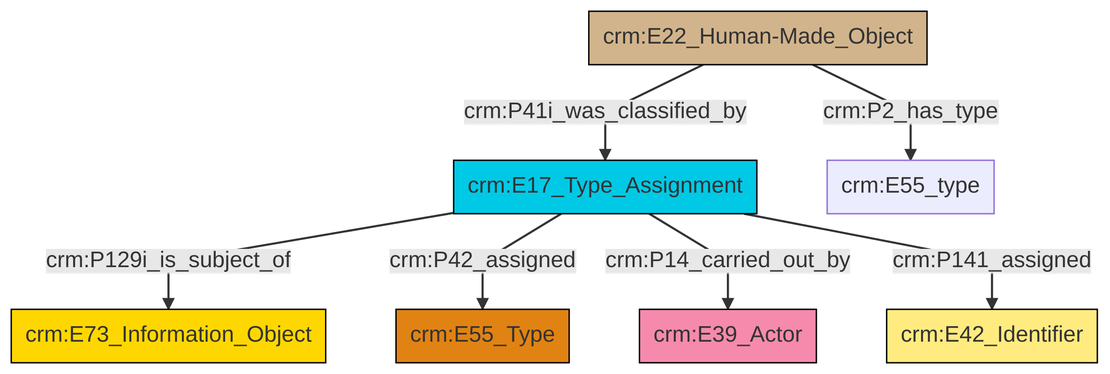
Before: et/builtWorkCSV/ttl/mmd/png/Built_Work_designation_status.png, a diagram exported from Mermaid (swiss-art-research-net/docs.swissartresearch). Its source is kept beside it as et/builtWorkCSV/ttl/mmd/Built_Work_designation_status.ttl.mmd.
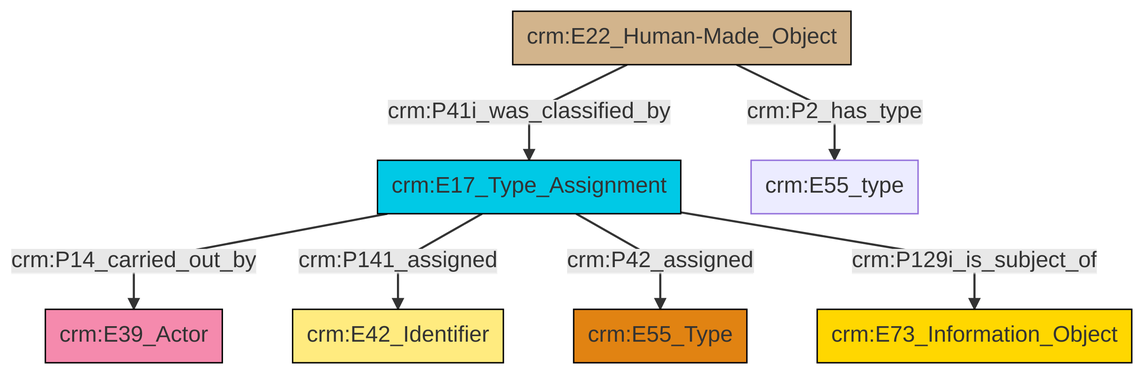
After the commit.

What changed in the source:
```diff
@@ -13,9 +13,9 @@
 classDef PC_Classes fill:#4ce600, stroke:#000000;
 classDef Multi fill:#cccccc,stroke:#000000;
 
-2["crm:E17_Type_Assignment"]:::Temporal_Entity -->|crm:P129i_is_subject_of| 3["crm:E73_Information_Object"]:::Conceptual_Object
-5["crm:E22_Human-Made_Object"]:::Physical_Thing -->|crm:P41i_was_classified_by| 2["crm:E17_Type_Assignment"]:::Temporal_Entity
-2["crm:E17_Type_Assignment"]:::Temporal_Entity -->|crm:P42_assigned| 0["crm:E55_Type"]:::Type
-5["crm:E22_Human-Made_Object"]:::Physical_Thing -->|crm:P2_has_type| 8["crm:E55_type"]:::Default
-2["crm:E17_Type_Assignment"]:::Temporal_Entity -->|crm:P14_carried_out_by| 6["crm:E39_Actor"]:::Actor
-2["crm:E17_Type_Assignment"]:::Temporal_Entity -->|crm:P141_assigned| 11["crm:E42_Identifier"]:::Appellation
+4["crm:E17_Type_Assignment"]:::Temporal_Entity -->|crm:P14_carried_out_by| 2["crm:E39_Actor"]:::Actor
+10["crm:E22_Human-Made_Object"]:::Physical_Thing -->|crm:P2_has_type| 8["crm:E55_type"]:::Default
+4["crm:E17_Type_Assignment"]:::Temporal_Entity -->|crm:P141_assigned| 0["crm:E42_Identifier"]:::Appellation
+4["crm:E17_Type_Assignment"]:::Temporal_Entity -->|crm:P42_assigned| 6["crm:E55_Type"]:::Type
+10["crm:E22_Human-Made_Object"]:::Physical_Thing -->|crm:P41i_was_classified_by| 4["crm:E17_Type_Assignment"]:::Temporal_Entity
+4["crm:E17_Type_Assignment"]:::Temporal_Entity -->|crm:P129i_is_subject_of| 11["crm:E73_Information_Object"]:::Conceptual_Object
```
